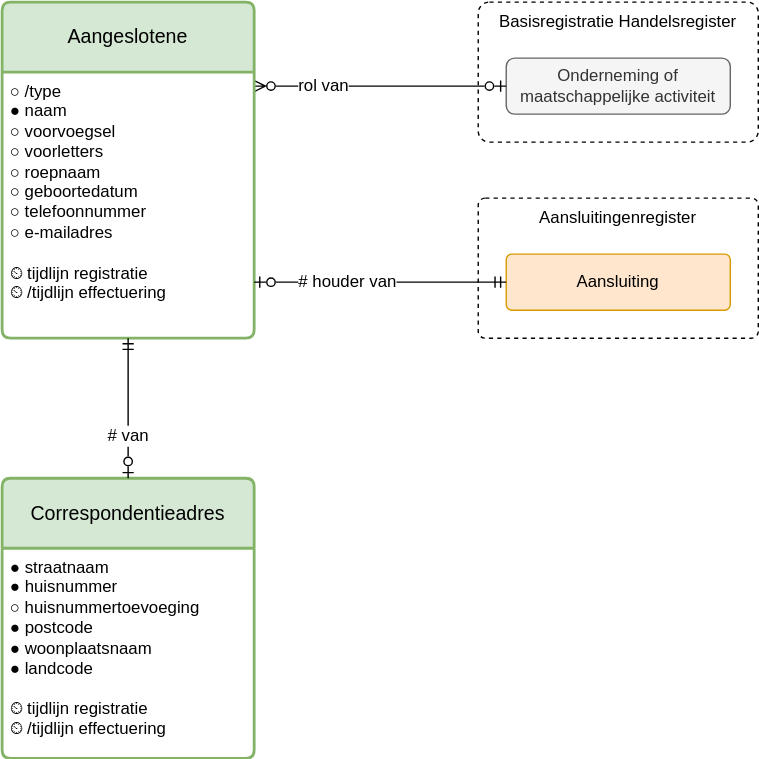
Above: registers/aangeslotenenregister/1.0/aangeslotenenregister.drawio.svg in Netbeheer-Nederland/stelsel (draw.io), before the change. Source tidied: cells renumbered, new cells last; positions are measured from the earlier drawing's top-left corner, leaving out a move shared by most shapes.
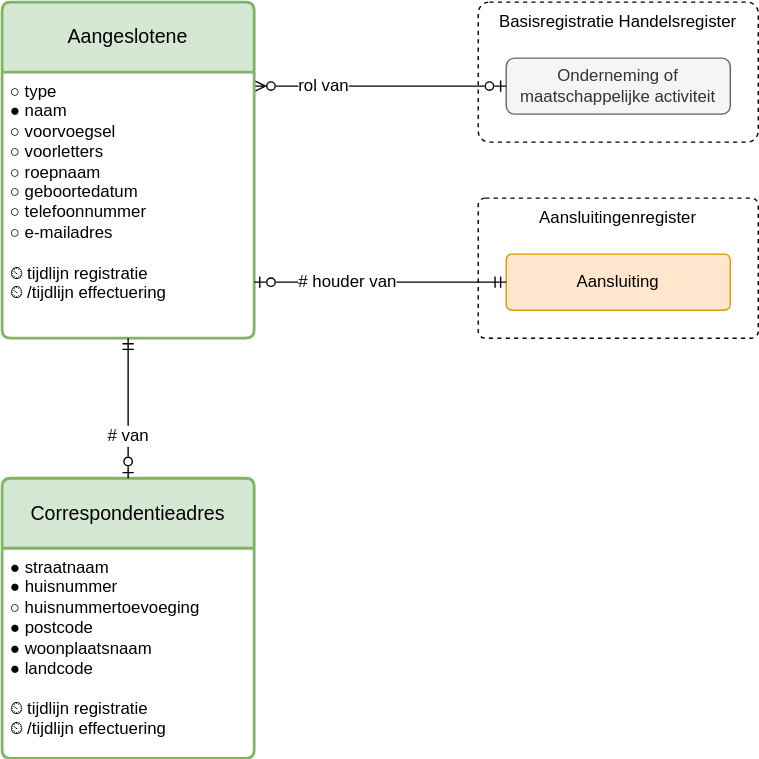
After the change.

Diff of the diagram source:
```diff
@@ -17,7 +17,7 @@
     <mxCell id="6" value="&lt;div&gt;&lt;span style=&quot;background-color: transparent; color: light-dark(rgb(0, 0, 0), rgb(255, 255, 255));&quot;&gt;Aangeslotene&lt;/span&gt;&lt;/div&gt;" style="swimlane;horizontal=1;startSize=50;rounded=1;fontSize=14;fontStyle=0;strokeWidth=2;shadow=0;dashed=0;align=center;arcSize=4;whiteSpace=wrap;html=1;fillColor=#d5e8d4;strokeColor=#82b366;spacing=4;" parent="1" vertex="1">
       <mxGeometry width="180" height="240" as="geometry" />
     </mxCell>
-    <mxCell id="7" value="&lt;div&gt;&lt;span style=&quot;background-color: transparent; color: light-dark(rgb(0, 0, 0), rgb(255, 255, 255));&quot;&gt;○ /type&lt;/span&gt;&lt;/div&gt;&lt;div&gt;● naam&lt;/div&gt;&lt;div&gt;&lt;div&gt;&lt;span style=&quot;background-color: transparent; color: light-dark(rgb(0, 0, 0), rgb(255, 255, 255));&quot;&gt;○ voorvoegsel&lt;/span&gt;&lt;/div&gt;&lt;/div&gt;&lt;div&gt;○ voorletters&lt;/div&gt;&lt;div&gt;○ roepnaam&lt;/div&gt;&lt;div&gt;○ geboortedatum&lt;/div&gt;&lt;div&gt;&lt;span style=&quot;background-color: transparent; color: light-dark(rgb(0, 0, 0), rgb(255, 255, 255));&quot;&gt;○ telefoonnummer&lt;/span&gt;&lt;/div&gt;&lt;div&gt;&lt;div&gt;○ e-mailadres&lt;/div&gt;&lt;/div&gt;&lt;div&gt;&lt;br&gt;&lt;/div&gt;&lt;div&gt;&lt;span style=&quot;background-color: transparent; color: light-dark(rgb(0, 0, 0), rgb(255, 255, 255));&quot;&gt;⏲ tijdlijn registratie&lt;/span&gt;&lt;/div&gt;&lt;div&gt;&lt;span style=&quot;background-color: transparent;&quot;&gt;⏲ /tijdlijn effectuering&lt;/span&gt;&lt;/div&gt;" style="align=left;strokeColor=none;fillColor=none;spacingLeft=4;spacingRight=4;fontSize=12;verticalAlign=top;html=1;whiteSpace=wrap;" parent="6" vertex="1">
+    <mxCell id="7" value="&lt;div&gt;&lt;span style=&quot;background-color: transparent; color: light-dark(rgb(0, 0, 0), rgb(255, 255, 255));&quot;&gt;○ type&lt;/span&gt;&lt;/div&gt;&lt;div&gt;● naam&lt;/div&gt;&lt;div&gt;&lt;div&gt;&lt;span style=&quot;background-color: transparent; color: light-dark(rgb(0, 0, 0), rgb(255, 255, 255));&quot;&gt;○ voorvoegsel&lt;/span&gt;&lt;/div&gt;&lt;/div&gt;&lt;div&gt;○ voorletters&lt;/div&gt;&lt;div&gt;○ roepnaam&lt;/div&gt;&lt;div&gt;○ geboortedatum&lt;/div&gt;&lt;div&gt;&lt;span style=&quot;background-color: transparent; color: light-dark(rgb(0, 0, 0), rgb(255, 255, 255));&quot;&gt;○ telefoonnummer&lt;/span&gt;&lt;/div&gt;&lt;div&gt;&lt;div&gt;○ e-mailadres&lt;/div&gt;&lt;/div&gt;&lt;div&gt;&lt;br&gt;&lt;/div&gt;&lt;div&gt;&lt;span style=&quot;background-color: transparent; color: light-dark(rgb(0, 0, 0), rgb(255, 255, 255));&quot;&gt;⏲ tijdlijn registratie&lt;/span&gt;&lt;/div&gt;&lt;div&gt;&lt;span style=&quot;background-color: transparent;&quot;&gt;⏲ /tijdlijn effectuering&lt;/span&gt;&lt;/div&gt;" style="align=left;strokeColor=none;fillColor=none;spacingLeft=4;spacingRight=4;fontSize=12;verticalAlign=top;html=1;whiteSpace=wrap;" parent="6" vertex="1">
       <mxGeometry y="50" width="180" height="190" as="geometry" />
     </mxCell>
     <mxCell id="8" value="&lt;div&gt;Correspondentieadres&lt;/div&gt;" style="swimlane;horizontal=1;startSize=50;rounded=1;fontSize=14;fontStyle=0;strokeWidth=2;shadow=0;dashed=0;align=center;arcSize=4;whiteSpace=wrap;html=1;fillColor=#d5e8d4;strokeColor=#82b366;" parent="1" vertex="1">
```
